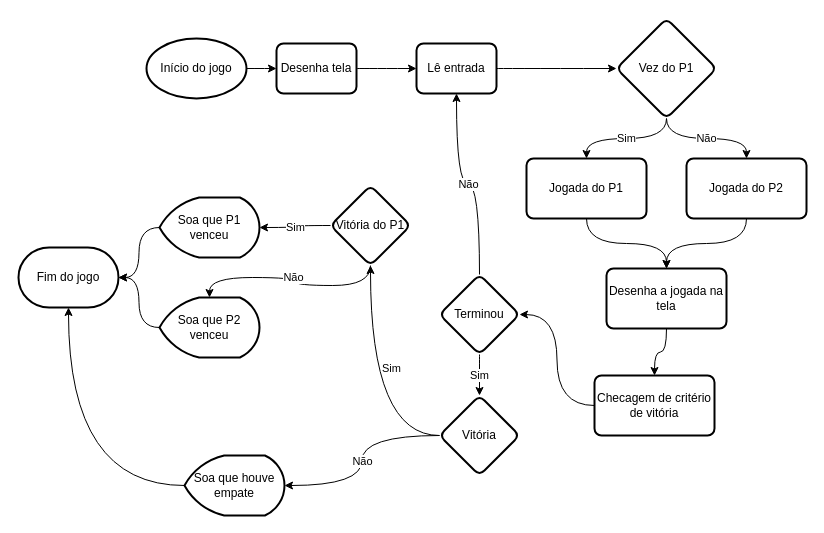
Earlier version of the draw.io diagram page "fluxograma-buzzer" (8 of 9) of schematics/projeto-final-lab-CoDi.drawio (ferdamarc/Projeto-ComunicacaoDigital). Source tidied: cells renumbered, new cells numbered last; positions are measured from the earlier drawing's top-left corner, leaving out a move shared by most shapes. Both pictures are drawn from the tidied source at 100%, with x=0, y=0 at pixel (18, 18).
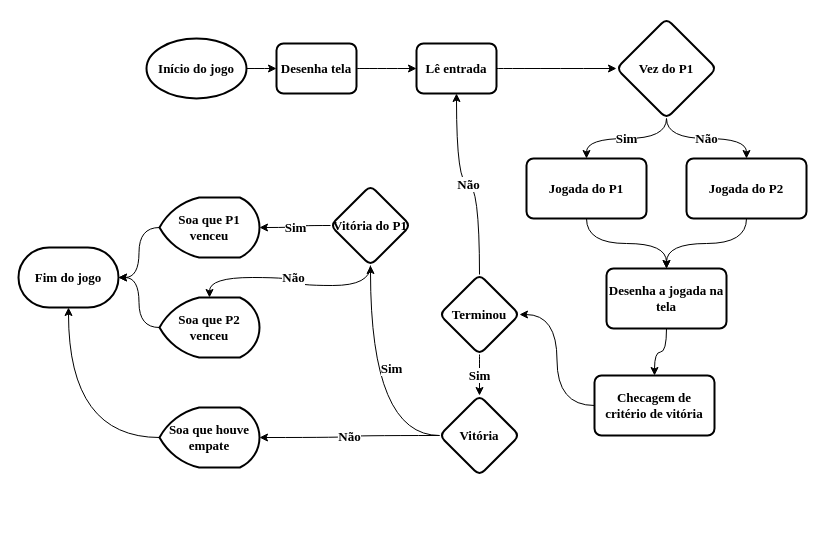
The same diagram, later.

Change to the diagram source:
```diff
@@
-    <mxCell id="2" style="edgeStyle=orthogonalEdgeStyle;rounded=0;jettySize=auto;html=1;curved=1;" parent="1" edge="1" source="3" target="5">
+    <mxCell id="2" style="edgeStyle=orthogonalEdgeStyle;rounded=0;jettySize=auto;html=1;curved=1;fontFamily=Times New Roman;fontStyle=1;fontSize=13;" parent="1" edge="1" source="3" target="5">
       <mxGeometry relative="1" as="geometry" />
     </mxCell>
-    <mxCell id="3" value="Início do jogo" style="strokeWidth=2;html=1;shape=mxgraph.flowchart.start_1;whiteSpace=wrap;" parent="1" vertex="1">
+    <mxCell id="3" value="Início do jogo" style="strokeWidth=2;html=1;shape=mxgraph.flowchart.start_1;whiteSpace=wrap;fontFamily=Times New Roman;fontStyle=1;fontSize=13;" parent="1" vertex="1">
       <mxGeometry x="128" y="20" width="100" height="60" as="geometry" />
     </mxCell>
-    <mxCell id="4" style="edgeStyle=orthogonalEdgeStyle;rounded=0;jettySize=auto;html=1;curved=1;" parent="1" edge="1" source="5" target="7">
+    <mxCell id="4" style="edgeStyle=orthogonalEdgeStyle;rounded=0;jettySize=auto;html=1;curved=1;fontFamily=Times New Roman;fontStyle=1;fontSize=13;" parent="1" edge="1" source="5" target="7">
       <mxGeometry relative="1" as="geometry" />
     </mxCell>
-    <mxCell id="5" value="Desenha tela" style="rounded=1;whiteSpace=wrap;html=1;absoluteArcSize=1;arcSize=14;strokeWidth=2;" parent="1" vertex="1">
+    <mxCell id="5" value="Desenha tela" style="rounded=1;whiteSpace=wrap;html=1;absoluteArcSize=1;arcSize=14;strokeWidth=2;fontFamily=Times New Roman;fontStyle=1;fontSize=13;" parent="1" vertex="1">
       <mxGeometry x="258" y="25" width="80" height="50" as="geometry" />
     </mxCell>
-    <mxCell id="6" style="edgeStyle=orthogonalEdgeStyle;rounded=0;jettySize=auto;html=1;curved=1;" parent="1" edge="1" source="7" target="10">
+    <mxCell id="6" style="edgeStyle=orthogonalEdgeStyle;rounded=0;jettySize=auto;html=1;curved=1;fontFamily=Times New Roman;fontStyle=1;fontSize=13;" parent="1" edge="1" source="7" target="10">
       <mxGeometry relative="1" as="geometry" />
     </mxCell>
-    <mxCell id="7" value="Lê entrada" style="rounded=1;whiteSpace=wrap;html=1;absoluteArcSize=1;arcSize=14;strokeWidth=2;" parent="1" vertex="1">
+    <mxCell id="7" value="Lê entrada" style="rounded=1;whiteSpace=wrap;html=1;absoluteArcSize=1;arcSize=14;strokeWidth=2;fontFamily=Times New Roman;fontStyle=1;fontSize=13;" parent="1" vertex="1">
       <mxGeometry x="398" y="25" width="80" height="50" as="geometry" />
     </mxCell>
-    <mxCell id="8" value="Sim" style="edgeStyle=orthogonalEdgeStyle;rounded=0;jettySize=auto;html=1;curved=1;" parent="1" edge="1" source="10" target="12">
+    <mxCell id="8" value="Sim" style="edgeStyle=orthogonalEdgeStyle;rounded=0;jettySize=auto;html=1;curved=1;fontFamily=Times New Roman;fontStyle=1;fontSize=13;" parent="1" edge="1" source="10" target="12">
       <mxGeometry relative="1" as="geometry" />
     </mxCell>
-    <mxCell id="9" value="Não" style="edgeStyle=orthogonalEdgeStyle;rounded=0;jettySize=auto;html=1;curved=1;" parent="1" edge="1" source="10" target="14">
+    <mxCell id="9" value="Não" style="edgeStyle=orthogonalEdgeStyle;rounded=0;jettySize=auto;html=1;curved=1;fontFamily=Times New Roman;fontStyle=1;fontSize=13;" parent="1" edge="1" source="10" target="14">
       <mxGeometry relative="1" as="geometry" />
     </mxCell>
-    <mxCell id="10" value="Vez do P1" style="rhombus;whiteSpace=wrap;html=1;rounded=1;absoluteArcSize=1;arcSize=14;strokeWidth=2;" parent="1" vertex="1">
+    <mxCell id="10" value="Vez do P1" style="rhombus;whiteSpace=wrap;html=1;rounded=1;absoluteArcSize=1;arcSize=14;strokeWidth=2;fontFamily=Times New Roman;fontStyle=1;fontSize=13;" parent="1" vertex="1">
       <mxGeometry x="598" width="100" height="100" as="geometry" />
     </mxCell>
-    <mxCell id="11" style="edgeStyle=orthogonalEdgeStyle;rounded=0;jettySize=auto;html=1;curved=1;" parent="1" edge="1" source="12" target="21">
+    <mxCell id="11" style="edgeStyle=orthogonalEdgeStyle;rounded=0;jettySize=auto;html=1;curved=1;fontFamily=Times New Roman;fontStyle=1;fontSize=13;" parent="1" edge="1" source="12" target="21">
       <mxGeometry relative="1" as="geometry" />
     </mxCell>
-    <mxCell id="12" value="Jogada do P1" style="whiteSpace=wrap;html=1;rounded=1;absoluteArcSize=1;arcSize=14;strokeWidth=2;" parent="1" vertex="1">
+    <mxCell id="12" value="Jogada do P1" style="whiteSpace=wrap;html=1;rounded=1;absoluteArcSize=1;arcSize=14;strokeWidth=2;fontFamily=Times New Roman;fontStyle=1;fontSize=13;" parent="1" vertex="1">
       <mxGeometry x="508" y="140" width="120" height="60" as="geometry" />
     </mxCell>
-    <mxCell id="13" style="edgeStyle=orthogonalEdgeStyle;rounded=0;jettySize=auto;html=1;curved=1;" parent="1" edge="1" source="14" target="21">
+    <mxCell id="13" style="edgeStyle=orthogonalEdgeStyle;rounded=0;jettySize=auto;html=1;curved=1;fontFamily=Times New Roman;fontStyle=1;fontSize=13;" parent="1" edge="1" source="14" target="21">
       <mxGeometry relative="1" as="geometry" />
     </mxCell>
-    <mxCell id="14" value="Jogada do P2" style="whiteSpace=wrap;html=1;rounded=1;absoluteArcSize=1;arcSize=14;strokeWidth=2;" parent="1" vertex="1">
+    <mxCell id="14" value="Jogada do P2" style="whiteSpace=wrap;html=1;rounded=1;absoluteArcSize=1;arcSize=14;strokeWidth=2;fontFamily=Times New Roman;fontStyle=1;fontSize=13;" parent="1" vertex="1">
       <mxGeometry x="668" y="140" width="120" height="60" as="geometry" />
     </mxCell>
-    <mxCell id="15" style="edgeStyle=orthogonalEdgeStyle;rounded=0;jettySize=auto;html=1;entryX=1;entryY=0.5;entryDx=0;entryDy=0;curved=1;" parent="1" edge="1" source="16" target="32">
+    <mxCell id="15" style="edgeStyle=orthogonalEdgeStyle;rounded=0;jettySize=auto;html=1;entryX=1;entryY=0.5;entryDx=0;entryDy=0;curved=1;fontFamily=Times New Roman;fontStyle=1;fontSize=13;" parent="1" edge="1" source="16" target="32">
       <mxGeometry relative="1" as="geometry" />
     </mxCell>
-    <mxCell id="16" value="Checagem de critério de vitória" style="whiteSpace=wrap;html=1;rounded=1;absoluteArcSize=1;arcSize=14;strokeWidth=2;" parent="1" vertex="1">
+    <mxCell id="16" value="Checagem de critério de vitória" style="whiteSpace=wrap;html=1;rounded=1;absoluteArcSize=1;arcSize=14;strokeWidth=2;fontFamily=Times New Roman;fontStyle=1;fontSize=13;" parent="1" vertex="1">
       <mxGeometry x="576" y="357" width="120" height="60" as="geometry" />
     </mxCell>
-    <mxCell id="17" value="Sim" style="edgeStyle=orthogonalEdgeStyle;rounded=0;jettySize=auto;html=1;curved=1;" parent="1" edge="1" source="19" target="23">
+    <mxCell id="17" value="Sim" style="edgeStyle=orthogonalEdgeStyle;rounded=0;jettySize=auto;html=1;curved=1;fontFamily=Times New Roman;fontStyle=1;fontSize=13;" parent="1" edge="1" source="19" target="23">
       <mxGeometry x="0.14" y="-21" relative="1" as="geometry" />
     </mxCell>
-    <mxCell id="18" value="Não" style="edgeStyle=orthogonalEdgeStyle;rounded=0;jettySize=auto;html=1;curved=1;" parent="1" edge="1" source="19" target="34">
+    <mxCell id="18" value="Não" style="edgeStyle=orthogonalEdgeStyle;rounded=0;jettySize=auto;html=1;curved=1;fontFamily=Times New Roman;fontStyle=1;fontSize=13;" parent="1" edge="1" source="19" target="34">
       <mxGeometry relative="1" as="geometry" />
     </mxCell>
-    <mxCell id="19" value="Vitória" style="rhombus;whiteSpace=wrap;html=1;rounded=1;absoluteArcSize=1;arcSize=14;strokeWidth=2;" parent="1" vertex="1">
+    <mxCell id="19" value="Vitória" style="rhombus;whiteSpace=wrap;html=1;rounded=1;absoluteArcSize=1;arcSize=14;strokeWidth=2;fontFamily=Times New Roman;fontStyle=1;fontSize=13;" parent="1" vertex="1">
       <mxGeometry x="421" y="377" width="80" height="80" as="geometry" />
     </mxCell>
-    <mxCell id="20" style="edgeStyle=orthogonalEdgeStyle;rounded=0;jettySize=auto;html=1;curved=1;" parent="1" edge="1" source="21" target="16">
+    <mxCell id="20" style="edgeStyle=orthogonalEdgeStyle;rounded=0;jettySize=auto;html=1;curved=1;fontFamily=Times New Roman;fontStyle=1;fontSize=13;" parent="1" edge="1" source="21" target="16">
       <mxGeometry relative="1" as="geometry" />
     </mxCell>
-    <mxCell id="21" value="Desenha a jogada na tela" style="whiteSpace=wrap;html=1;rounded=1;absoluteArcSize=1;arcSize=14;strokeWidth=2;" parent="1" vertex="1">
+    <mxCell id="21" value="Desenha a jogada na tela" style="whiteSpace=wrap;html=1;rounded=1;absoluteArcSize=1;arcSize=14;strokeWidth=2;fontFamily=Times New Roman;fontStyle=1;fontSize=13;" parent="1" vertex="1">
       <mxGeometry x="588" y="250" width="120" height="60" as="geometry" />
     </mxCell>
-    <mxCell id="22" value="Sim" style="edgeStyle=orthogonalEdgeStyle;rounded=0;jettySize=auto;html=1;curved=1;" parent="1" edge="1" source="23" target="25">
+    <mxCell id="22" value="Sim" style="edgeStyle=orthogonalEdgeStyle;rounded=0;jettySize=auto;html=1;curved=1;fontFamily=Times New Roman;fontStyle=1;fontSize=13;" parent="1" edge="1" source="23" target="25">
       <mxGeometry relative="1" as="geometry" />
     </mxCell>
-    <mxCell id="23" value="Vitória do P1" style="rhombus;whiteSpace=wrap;html=1;rounded=1;absoluteArcSize=1;arcSize=14;strokeWidth=2;" parent="1" vertex="1">
+    <mxCell id="23" value="Vitória do P1" style="rhombus;whiteSpace=wrap;html=1;rounded=1;absoluteArcSize=1;arcSize=14;strokeWidth=2;fontFamily=Times New Roman;fontStyle=1;fontSize=13;" parent="1" vertex="1">
       <mxGeometry x="312" y="167" width="80" height="80" as="geometry" />
     </mxCell>
-    <mxCell id="24" style="edgeStyle=orthogonalEdgeStyle;rounded=0;jettySize=auto;html=1;curved=1;" parent="1" edge="1" source="25" target="29">
+    <mxCell id="24" style="edgeStyle=orthogonalEdgeStyle;rounded=0;jettySize=auto;html=1;curved=1;fontFamily=Times New Roman;fontStyle=1;fontSize=13;" parent="1" edge="1" source="25" target="29">
       <mxGeometry relative="1" as="geometry" />
     </mxCell>
-    <mxCell id="25" value="Soa que P1 venceu" style="strokeWidth=2;html=1;shape=mxgraph.flowchart.display;whiteSpace=wrap;" parent="1" vertex="1">
+    <mxCell id="25" value="Soa que P1 venceu" style="strokeWidth=2;html=1;shape=mxgraph.flowchart.display;whiteSpace=wrap;fontFamily=Times New Roman;fontStyle=1;fontSize=13;" parent="1" vertex="1">
       <mxGeometry x="141" y="179" width="100" height="60" as="geometry" />
     </mxCell>
-    <mxCell id="26" style="edgeStyle=orthogonalEdgeStyle;rounded=0;jettySize=auto;html=1;curved=1;" parent="1" edge="1" source="27" target="29">
+    <mxCell id="26" style="edgeStyle=orthogonalEdgeStyle;rounded=0;jettySize=auto;html=1;curved=1;fontFamily=Times New Roman;fontStyle=1;fontSize=13;" parent="1" edge="1" source="27" target="29">
       <mxGeometry relative="1" as="geometry" />
     </mxCell>
-    <mxCell id="27" value="Soa que P2 venceu" style="strokeWidth=2;html=1;shape=mxgraph.flowchart.display;whiteSpace=wrap;" parent="1" vertex="1">
+    <mxCell id="27" value="Soa que P2 venceu" style="strokeWidth=2;html=1;shape=mxgraph.flowchart.display;whiteSpace=wrap;fontFamily=Times New Roman;fontStyle=1;fontSize=13;" parent="1" vertex="1">
       <mxGeometry x="141" y="279" width="100" height="60" as="geometry" />
     </mxCell>
-    <mxCell id="28" value="Não" style="edgeStyle=orthogonalEdgeStyle;rounded=0;jettySize=auto;html=1;curved=1;exitX=0.5;exitY=1;exitDx=0;exitDy=0;" parent="1" edge="1" source="23" target="27">
+    <mxCell id="28" value="Não" style="edgeStyle=orthogonalEdgeStyle;rounded=0;jettySize=auto;html=1;curved=1;exitX=0.5;exitY=1;exitDx=0;exitDy=0;fontFamily=Times New Roman;fontStyle=1;fontSize=13;" parent="1" edge="1" source="23" target="27">
       <mxGeometry relative="1" as="geometry" />
     </mxCell>
-    <mxCell id="29" value="Fim do jogo" style="strokeWidth=2;html=1;shape=mxgraph.flowchart.terminator;whiteSpace=wrap;" parent="1" vertex="1">
+    <mxCell id="29" value="Fim do jogo" style="strokeWidth=2;html=1;shape=mxgraph.flowchart.terminator;whiteSpace=wrap;fontFamily=Times New Roman;fontStyle=1;fontSize=13;" parent="1" vertex="1">
       <mxGeometry y="229" width="100" height="60" as="geometry" />
     </mxCell>
-    <mxCell id="30" value="Não" style="edgeStyle=orthogonalEdgeStyle;rounded=0;jettySize=auto;html=1;curved=1;" parent="1" edge="1" source="32" target="7">
+    <mxCell id="30" value="Não" style="edgeStyle=orthogonalEdgeStyle;rounded=0;jettySize=auto;html=1;curved=1;fontFamily=Times New Roman;fontStyle=1;fontSize=13;" parent="1" edge="1" source="32" target="7">
       <mxGeometry relative="1" as="geometry" />
     </mxCell>
-    <mxCell id="31" value="Sim" style="edgeStyle=orthogonalEdgeStyle;rounded=0;jettySize=auto;html=1;curved=1;" parent="1" edge="1" source="32" target="19">
+    <mxCell id="31" value="Sim" style="edgeStyle=orthogonalEdgeStyle;rounded=0;jettySize=auto;html=1;curved=1;fontFamily=Times New Roman;fontStyle=1;fontSize=13;" parent="1" edge="1" source="32" target="19">
       <mxGeometry relative="1" as="geometry" />
     </mxCell>
-    <mxCell id="32" value="Terminou" style="rhombus;whiteSpace=wrap;html=1;rounded=1;absoluteArcSize=1;arcSize=14;strokeWidth=2;" parent="1" vertex="1">
+    <mxCell id="32" value="Terminou" style="rhombus;whiteSpace=wrap;html=1;rounded=1;absoluteArcSize=1;arcSize=14;strokeWidth=2;fontFamily=Times New Roman;fontStyle=1;fontSize=13;" parent="1" vertex="1">
       <mxGeometry x="421" y="256" width="80" height="80" as="geometry" />
     </mxCell>
-    <mxCell id="33" style="edgeStyle=orthogonalEdgeStyle;rounded=0;jettySize=auto;html=1;curved=1;" parent="1" edge="1" source="34" target="29">
+    <mxCell id="33" style="edgeStyle=orthogonalEdgeStyle;rounded=0;jettySize=auto;html=1;curved=1;fontFamily=Times New Roman;fontStyle=1;fontSize=13;" parent="1" edge="1" source="34" target="29">
       <mxGeometry relative="1" as="geometry" />
     </mxCell>
-    <mxCell id="34" value="Soa que houve empate" style="strokeWidth=2;html=1;shape=mxgraph.flowchart.display;whiteSpace=wrap;" parent="1" vertex="1">
-      <mxGeometry x="166" y="437" width="100" height="60" as="geometry" />
+    <mxCell id="34" value="Soa que houve empate" style="strokeWidth=2;html=1;shape=mxgraph.flowchart.display;whiteSpace=wrap;fontFamily=Times New Roman;fontStyle=1;fontSize=13;" parent="1" vertex="1">
+      <mxGeometry x="141" y="389" width="100" height="60" as="geometry" />
     </mxCell>
```
